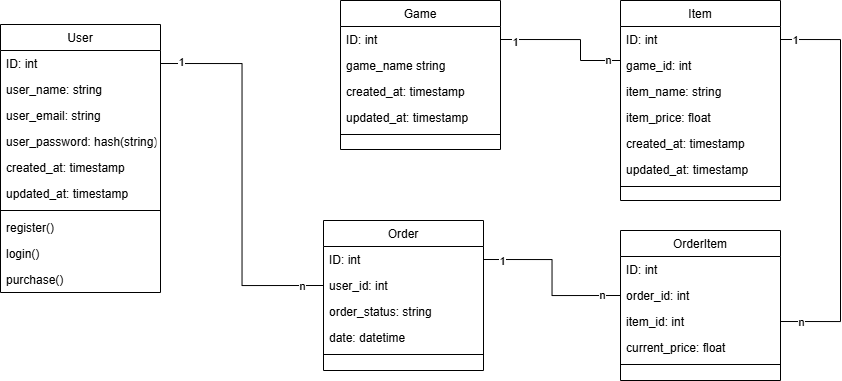
The draw.io diagram assets/images/class_diagram.png in rzqmhb/top-up-center, before a commit. Source tidied: cells renumbered, new cells last; positions are measured from the earlier drawing's top-left corner, leaving out a move shared by most shapes.
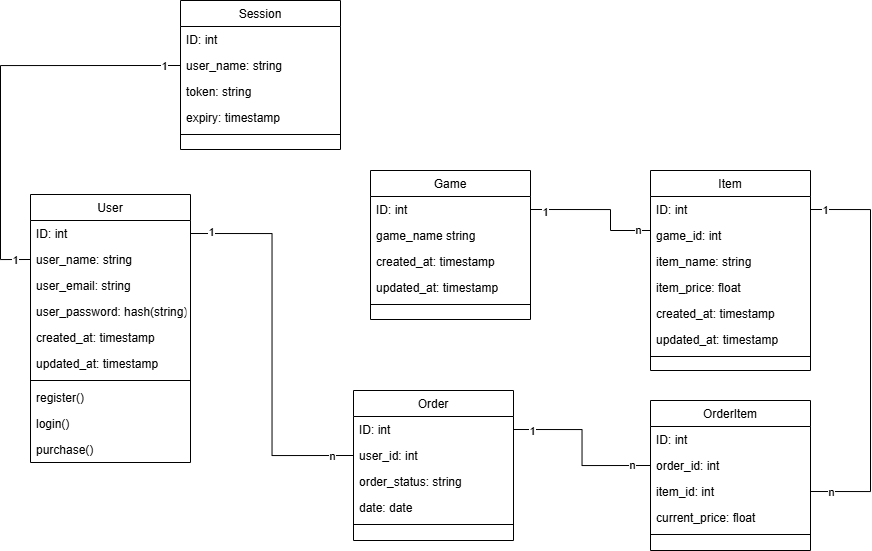
The same file after the commit.

Commit message:
feat: add session table

Diff of the diagram source:
```diff
@@ -89,7 +89,7 @@
     <mxCell id="30" value="order_status: string" style="text;align=left;verticalAlign=top;spacingLeft=4;spacingRight=4;overflow=hidden;rounded=0;shadow=0;html=0;" parent="27" vertex="1">
       <mxGeometry y="78" width="160" height="26" as="geometry" />
     </mxCell>
-    <mxCell id="31" value="date: datetime" style="text;align=left;verticalAlign=top;spacingLeft=4;spacingRight=4;overflow=hidden;rounded=0;shadow=0;html=0;" parent="27" vertex="1">
+    <mxCell id="31" value="date: date" style="text;align=left;verticalAlign=top;spacingLeft=4;spacingRight=4;overflow=hidden;rounded=0;shadow=0;html=0;" parent="27" vertex="1">
       <mxGeometry y="104" width="160" height="26" as="geometry" />
     </mxCell>
     <mxCell id="32" style="line;html=1;strokeWidth=1;align=left;verticalAlign=middle;spacingTop=-1;spacingLeft=3;spacingRight=3;labelPosition=right;" parent="27" vertex="1">
@@ -168,5 +168,39 @@
         <mxPoint x="-2" y="-3" as="offset" />
       </mxGeometry>
     </mxCell>
+    <mxCell id="51" value="Session" style="swimlane;fontStyle=0;align=center;verticalAlign=top;horizontal=1;startSize=26;rounded=0;shadow=0;strokeWidth=1;" parent="1" vertex="1">
+      <mxGeometry x="150" y="-170" width="160" height="149" as="geometry" />
+    </mxCell>
+    <mxCell id="52" value="ID: int" style="text;align=left;verticalAlign=top;spacingLeft=4;spacingRight=4;overflow=hidden;" parent="51" vertex="1">
+      <mxGeometry y="26" width="160" height="26" as="geometry" />
+    </mxCell>
+    <mxCell id="53" value="user_name: string" style="text;align=left;verticalAlign=top;spacingLeft=4;spacingRight=4;overflow=hidden;points=[[0,0.5],[1,0.5]];portConstraint=eastwest;rounded=0;shadow=0;html=0;" parent="51" vertex="1">
+      <mxGeometry y="52" width="160" height="26" as="geometry" />
+    </mxCell>
+    <mxCell id="54" value="token: string" style="text;align=left;verticalAlign=top;spacingLeft=4;spacingRight=4;overflow=hidden;rounded=0;shadow=0;html=0;" parent="51" vertex="1">
+      <mxGeometry y="78" width="160" height="26" as="geometry" />
+    </mxCell>
+    <mxCell id="55" value="expiry: timestamp" style="text;align=left;verticalAlign=top;spacingLeft=4;spacingRight=4;overflow=hidden;rounded=0;shadow=0;html=0;" parent="51" vertex="1">
+      <mxGeometry y="104" width="160" height="26" as="geometry" />
+    </mxCell>
+    <mxCell id="56" style="line;html=1;strokeWidth=1;align=left;verticalAlign=middle;spacingTop=-1;spacingLeft=3;spacingRight=3;labelPosition=right;" parent="51" vertex="1">
+      <mxGeometry y="130" width="160" height="8" as="geometry" />
+    </mxCell>
+    <mxCell id="57" style="edgeStyle=orthogonalEdgeStyle;rounded=0;jettySize=auto;html=1;exitX=0;exitY=0.5;exitDx=0;exitDy=0;entryX=0;entryY=0.5;entryDx=0;entryDy=0;endArrow=none;endFill=0;" parent="1" edge="1" source="4" target="53">
+      <mxGeometry relative="1" as="geometry">
+        <Array as="points">
+          <mxPoint x="-30" y="89" />
+          <mxPoint x="-30" y="-105" />
+        </Array>
+      </mxGeometry>
+    </mxCell>
+    <mxCell id="58" value="1" style="edgeLabel;html=1;align=center;verticalAlign=middle;" parent="57" vertex="1">
+      <mxGeometry x="-0.92" relative="1" as="geometry" />
+    </mxCell>
+    <mxCell id="59" value="1" style="edgeLabel;html=1;align=center;verticalAlign=middle;" parent="57" vertex="1">
+      <mxGeometry x="0.95" y="1" relative="1" as="geometry">
+        <mxPoint x="-6" y="1" as="offset" />
+      </mxGeometry>
+    </mxCell>
   </root>
 </mxGraphModel>
```
